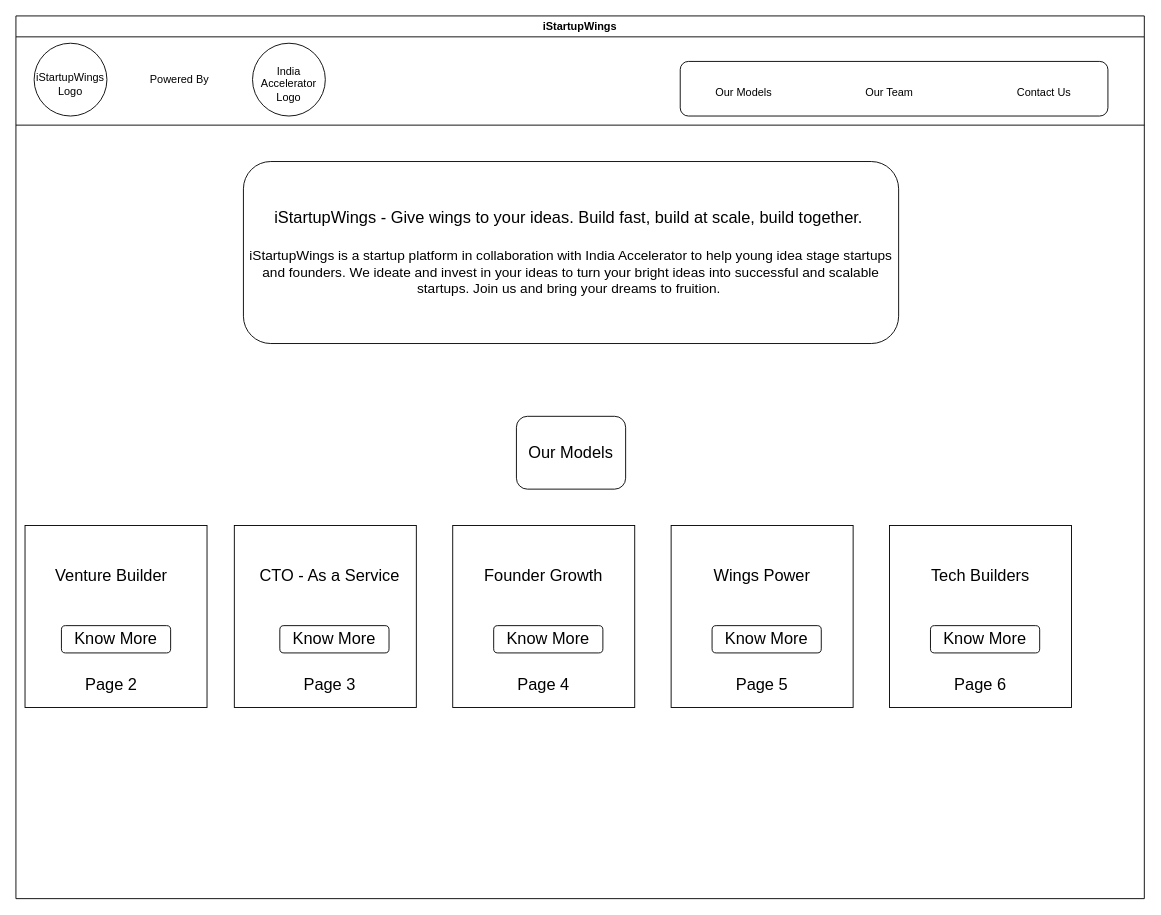
This is page "Home Page" (1 of 13) of iStartupWings.drawio from snair0410/story, a draw.io file, before an edit. Source tidied: cells renumbered, new cells numbered last; positions are measured from the earlier drawing's top-left corner, leaving out a move shared by most shapes. Both pictures are drawn from the tidied source at 91%, with x=0, y=0 at pixel (15, 15).
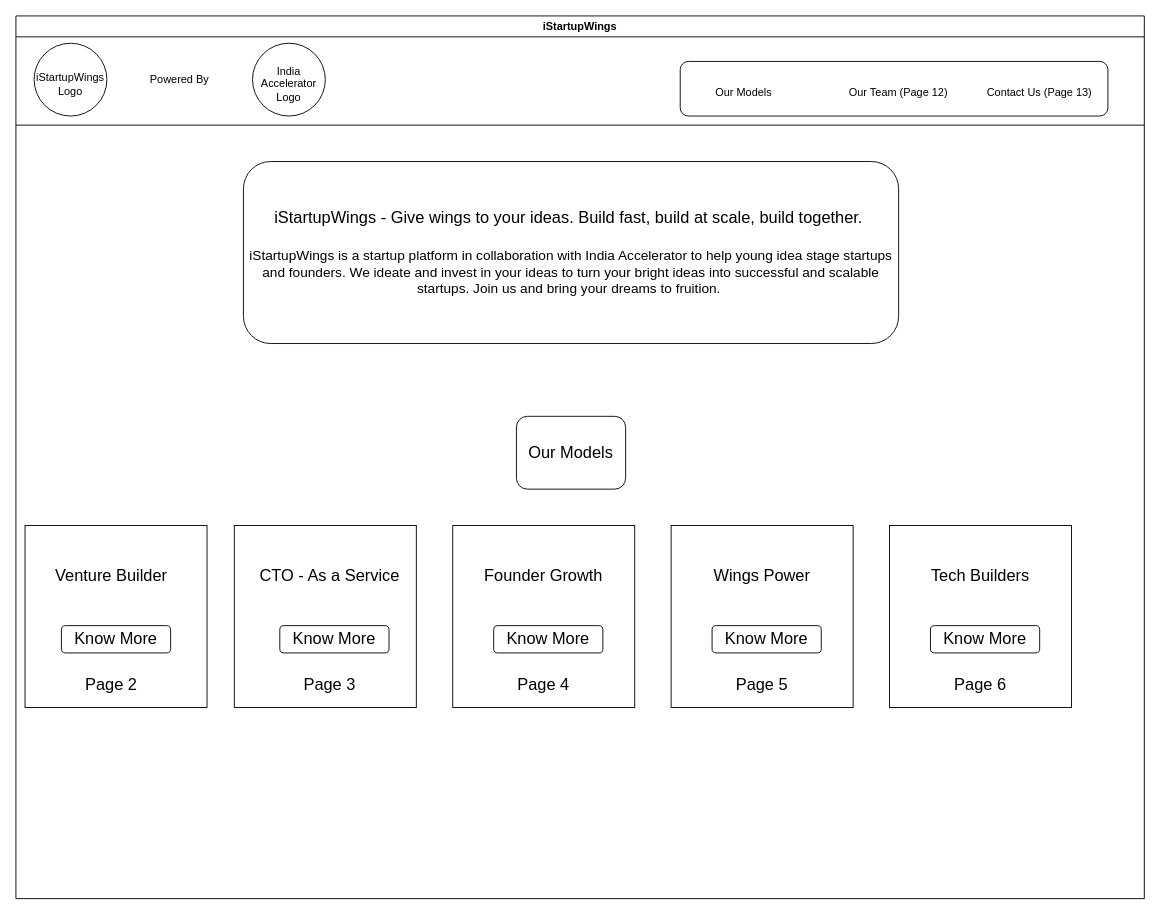
The same diagram, later.

The change refers to these unchanged cells:
```xml
<mxCell id="2" value="iStartupWings" style="swimlane;" parent="1" vertex="1">
  <mxGeometry width="1240" height="970" as="geometry" />
</mxCell>
```

Diff of the diagram source:
```diff
@@
-    <mxCell id="10" value="Our Team" style="text;html=1;strokeColor=none;fillColor=none;align=center;verticalAlign=middle;whiteSpace=wrap;rounded=0;" parent="2" vertex="1">
-      <mxGeometry x="910" y="70" width="100" height="30" as="geometry" />
+    <mxCell id="10" value="Our Team (Page 12)" style="text;html=1;strokeColor=none;fillColor=none;align=center;verticalAlign=middle;whiteSpace=wrap;rounded=0;" parent="2" vertex="1">
+      <mxGeometry x="910" y="70" width="120" height="30" as="geometry" />
     </mxCell>
-    <mxCell id="11" value="Contact Us" style="text;html=1;strokeColor=none;fillColor=none;align=center;verticalAlign=middle;whiteSpace=wrap;rounded=0;" parent="2" vertex="1">
-      <mxGeometry x="1080" y="70" width="100" height="30" as="geometry" />
+    <mxCell id="11" value="Contact Us (Page 13)" style="text;html=1;strokeColor=none;fillColor=none;align=center;verticalAlign=middle;whiteSpace=wrap;rounded=0;" parent="2" vertex="1">
+      <mxGeometry x="1060" y="70" width="130" height="30" as="geometry" />
     </mxCell>
```
